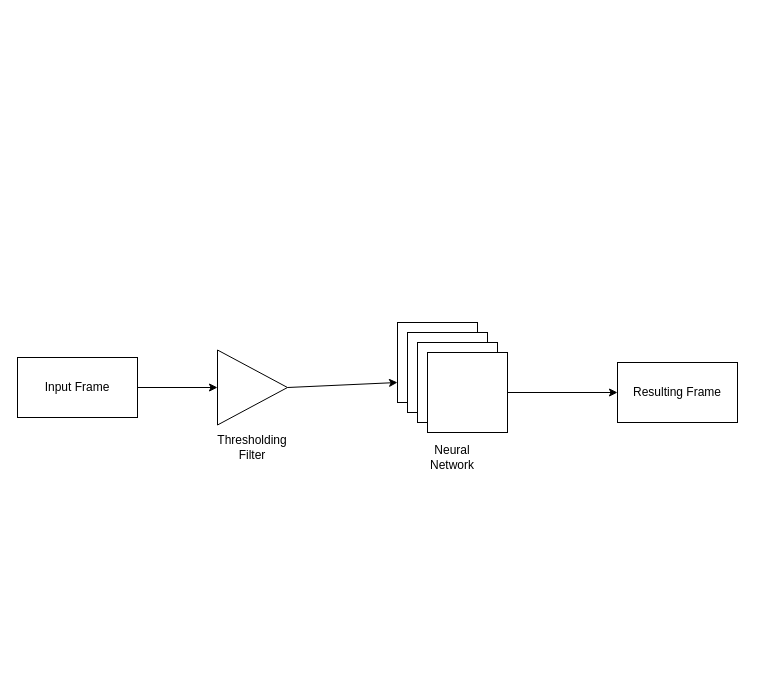
Above: Arch.drawio in itsjustaksh/Capstone (draw.io), before the change. Source tidied: cells renumbered, new cells numbered last; positions are measured from the earlier drawing's top-left corner, leaving out a move shared by most shapes. Both pictures are drawn from the tidied source at 100%, with x=0, y=0 at pixel (17, 322).
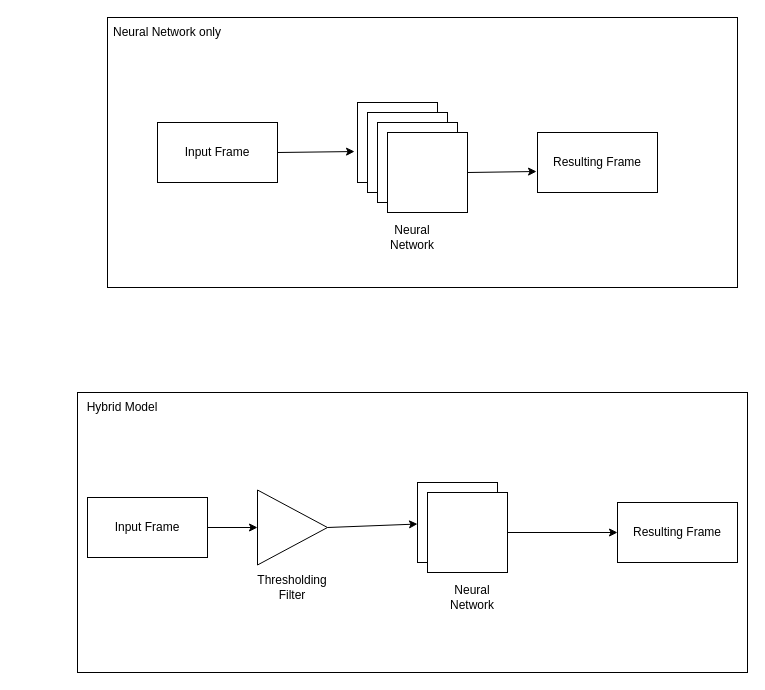
The same page after the edit.

Commit message:
Updated architecture diagram

Unchanged cells that the change refers to:
```xml
<mxCell id="6" style="whiteSpace=wrap;html=1;" parent="5" vertex="1">
  <mxGeometry width="80" height="80" as="geometry" />
</mxCell>
<mxCell id="7" style="whiteSpace=wrap;html=1;" parent="5" vertex="1">
  <mxGeometry x="10" y="10" width="80" height="80" as="geometry" />
</mxCell>
```

Change to the diagram source:
```diff
@@
+    <mxCell id="15" style="rounded=0;whiteSpace=wrap;html=1;" parent="1" vertex="1">
+      <mxGeometry x="60" y="70" width="670" height="280" as="geometry" />
+    </mxCell>
+    <mxCell id="16" style="rounded=0;whiteSpace=wrap;html=1;" parent="1" vertex="1">
+      <mxGeometry x="90" y="-305" width="630" height="270" as="geometry" />
+    </mxCell>
     <mxCell id="2" value="Input Frame" style="rounded=0;whiteSpace=wrap;html=1;" parent="1" vertex="1">
-      <mxGeometry y="35" width="120" height="60" as="geometry" />
+      <mxGeometry x="70" y="175" width="120" height="60" as="geometry" />
     </mxCell>
-    <mxCell id="3" style="endArrow=classic;html=1;rounded=0;exitX=1;exitY=0.5;exitDx=0;exitDy=0;entryX=0;entryY=0.75;entryDx=0;entryDy=0;" parent="1" edge="1" source="11" target="6">
+    <mxCell id="3" style="endArrow=classic;html=1;rounded=0;exitX=1;exitY=0.5;exitDx=0;exitDy=0;" parent="1" edge="1" source="11" target="6">
       <mxGeometry relative="1" as="geometry" />
     </mxCell>
     <mxCell id="4" style="group;" parent="1" vertex="1">
-      <mxGeometry x="380" width="110" height="150" as="geometry" />
+      <mxGeometry x="400" y="160" width="110" height="150" as="geometry" />
     </mxCell>
     <mxCell id="5" style="group;" parent="4" vertex="1">
-      <mxGeometry width="110" height="110" as="geometry" />
+      <mxGeometry width="110" height="130" as="geometry" />
     </mxCell>
@@
-    <mxCell id="8" style="whiteSpace=wrap;html=1;" parent="5" vertex="1">
-      <mxGeometry x="20" y="20" width="80" height="80" as="geometry" />
-    </mxCell>
-    <mxCell id="9" style="whiteSpace=wrap;html=1;" parent="5" vertex="1">
-      <mxGeometry x="30" y="30" width="80" height="80" as="geometry" />
-    </mxCell>
-    <mxCell id="10" value="Neural Network" style="text;html=1;strokeColor=none;fillColor=none;align=center;verticalAlign=middle;whiteSpace=wrap;rounded=0;" parent="4" vertex="1">
-      <mxGeometry x="25" y="120" width="60" height="30" as="geometry" />
+    <mxCell id="10" value="Neural Network" style="text;html=1;strokeColor=none;fillColor=none;align=center;verticalAlign=middle;whiteSpace=wrap;rounded=0;" parent="5" vertex="1">
+      <mxGeometry x="25" y="100" width="60" height="30" as="geometry" />
     </mxCell>
     <mxCell id="11" value="Thresholding Filter" style="triangle;whiteSpace=wrap;html=1;spacingTop=120;" parent="1" vertex="1">
-      <mxGeometry x="200" y="27.5" width="70" height="75" as="geometry" />
+      <mxGeometry x="240" y="167.5" width="70" height="75" as="geometry" />
     </mxCell>
@@
     <mxCell id="13" value="Resulting Frame" style="rounded=0;whiteSpace=wrap;html=1;" parent="1" vertex="1">
-      <mxGeometry x="600" y="40" width="120" height="60" as="geometry" />
+      <mxGeometry x="600" y="180" width="120" height="60" as="geometry" />
     </mxCell>
-    <mxCell id="14" style="endArrow=classic;html=1;rounded=0;exitX=1;exitY=0.5;exitDx=0;exitDy=0;entryX=0;entryY=0.5;entryDx=0;entryDy=0;" parent="1" edge="1" source="9" target="13">
+    <mxCell id="14" style="endArrow=classic;html=1;rounded=0;exitX=1;exitY=0.5;exitDx=0;exitDy=0;entryX=0;entryY=0.5;entryDx=0;entryDy=0;" parent="1" edge="1" source="7" target="13">
       <mxGeometry relative="1" as="geometry" />
     </mxCell>
+    <mxCell id="17" style="group;" parent="1" vertex="1">
+      <mxGeometry x="340" y="-220" width="110" height="150" as="geometry" />
+    </mxCell>
+    <mxCell id="18" style="group;" parent="17" vertex="1">
+      <mxGeometry width="110" height="150" as="geometry" />
+    </mxCell>
+    <mxCell id="19" style="group;" parent="18" vertex="1">
+      <mxGeometry width="110" height="130" as="geometry" />
+    </mxCell>
+    <mxCell id="20" style="whiteSpace=wrap;html=1;" parent="19" vertex="1">
+      <mxGeometry width="80" height="80" as="geometry" />
+    </mxCell>
+    <mxCell id="21" style="whiteSpace=wrap;html=1;" parent="19" vertex="1">
+      <mxGeometry x="10" y="10" width="80" height="80" as="geometry" />
+    </mxCell>
+    <mxCell id="22" value="Neural Network" style="text;html=1;strokeColor=none;fillColor=none;align=center;verticalAlign=middle;whiteSpace=wrap;rounded=0;" parent="18" vertex="1">
+      <mxGeometry x="25" y="120" width="60" height="30" as="geometry" />
+    </mxCell>
+    <mxCell id="8" style="whiteSpace=wrap;html=1;" parent="17" vertex="1">
+      <mxGeometry x="20" y="20" width="80" height="80" as="geometry" />
+    </mxCell>
+    <mxCell id="9" style="whiteSpace=wrap;html=1;" parent="17" vertex="1">
+      <mxGeometry x="30" y="30" width="80" height="80" as="geometry" />
+    </mxCell>
+    <mxCell id="23" value="Input Frame" style="rounded=0;whiteSpace=wrap;html=1;" parent="1" vertex="1">
+      <mxGeometry x="140" y="-200" width="120" height="60" as="geometry" />
+    </mxCell>
+    <mxCell id="24" value="Resulting Frame" style="rounded=0;whiteSpace=wrap;html=1;" parent="1" vertex="1">
+      <mxGeometry x="520" y="-190" width="120" height="60" as="geometry" />
+    </mxCell>
+    <mxCell id="25" style="endArrow=classic;html=1;rounded=0;exitX=1;exitY=0.5;exitDx=0;exitDy=0;entryX=-0.037;entryY=0.613;entryDx=0;entryDy=0;entryPerimeter=0;" parent="1" edge="1" source="23" target="20">
+      <mxGeometry relative="1" as="geometry" />
+    </mxCell>
+    <mxCell id="26" style="endArrow=classic;html=1;rounded=0;exitX=1;exitY=0.5;exitDx=0;exitDy=0;entryX=-0.008;entryY=0.65;entryDx=0;entryDy=0;entryPerimeter=0;" parent="1" edge="1" source="9" target="24">
+      <mxGeometry relative="1" as="geometry" />
+    </mxCell>
+    <mxCell id="27" value="Hybrid Model" style="text;html=1;strokeColor=none;fillColor=none;align=center;verticalAlign=middle;whiteSpace=wrap;rounded=0;" parent="1" vertex="1">
+      <mxGeometry x="60" y="70" width="90" height="30" as="geometry" />
+    </mxCell>
+    <mxCell id="28" value="Neural Network only" style="text;html=1;strokeColor=none;fillColor=none;align=center;verticalAlign=middle;whiteSpace=wrap;rounded=0;" parent="1" vertex="1">
+      <mxGeometry x="90" y="-305" width="120" height="30" as="geometry" />
+    </mxCell>
```
